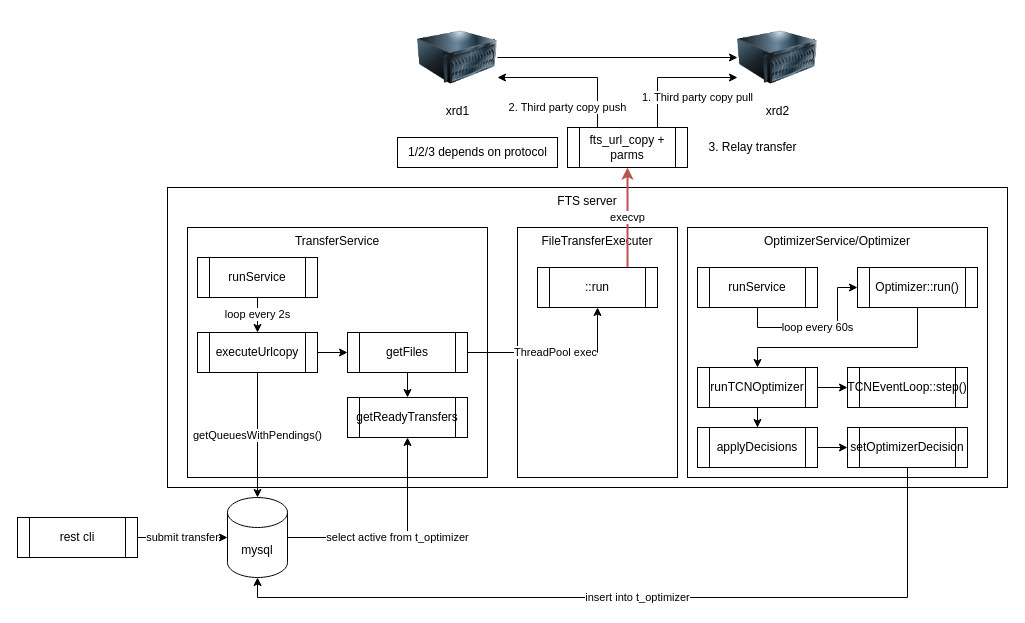
This is fts.drawio from guodong/diagrams, a draw.io file, before an edit. Source tidied: cells renumbered, new cells numbered last; positions are measured from the earlier drawing's top-left corner, leaving out a move shared by most shapes. Both pictures are drawn from the tidied source at 100%, with x=0, y=0 at pixel (17, 17).
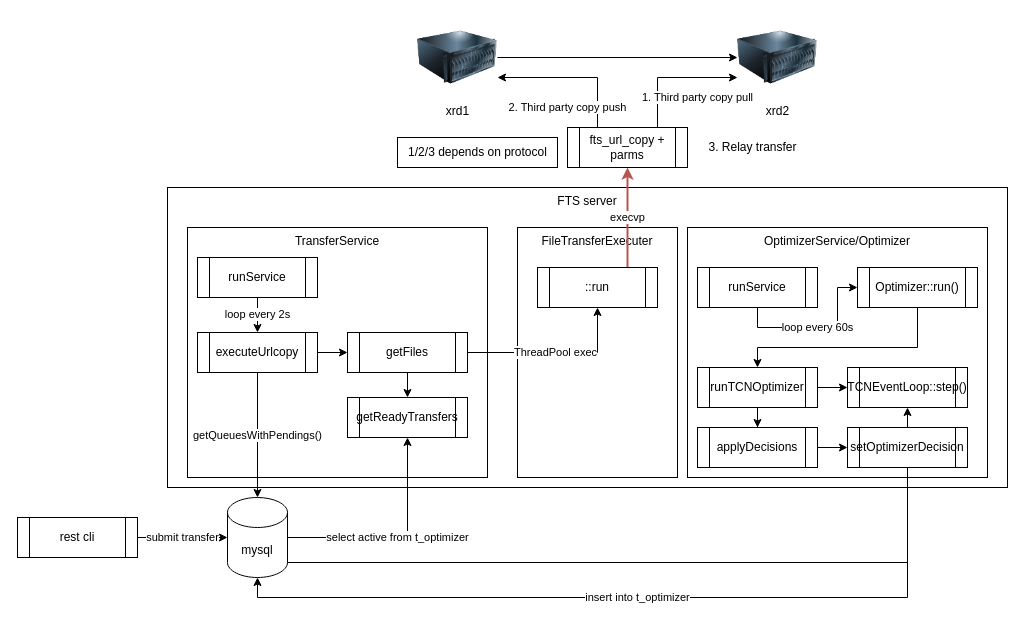
After the change.

The change refers to these unchanged cells:
```xml
<mxCell id="9" value="mysql" style="shape=cylinder3;whiteSpace=wrap;html=1;boundedLbl=1;backgroundOutline=1;size=15;" parent="1" vertex="1">
  <mxGeometry x="210" y="480" width="60" height="80" as="geometry" />
</mxCell>
<mxCell id="31" value="TCNEventLoop::step()" style="shape=process;whiteSpace=wrap;html=1;backgroundOutline=1;" parent="1" vertex="1">
  <mxGeometry x="830" y="350" width="120" height="40" as="geometry" />
</mxCell>
```

Diff of the diagram source:
```diff
@@
+    <mxCell id="41" style="edgeStyle=orthogonalEdgeStyle;rounded=0;jettySize=auto;html=1;exitX=1;exitY=1;exitDx=0;exitDy=-15;entryX=0.5;entryY=1;entryDx=0;entryDy=0;exitPerimeter=0;" parent="1" edge="1" source="9" target="31">
+      <mxGeometry relative="1" as="geometry" />
+    </mxCell>
```
